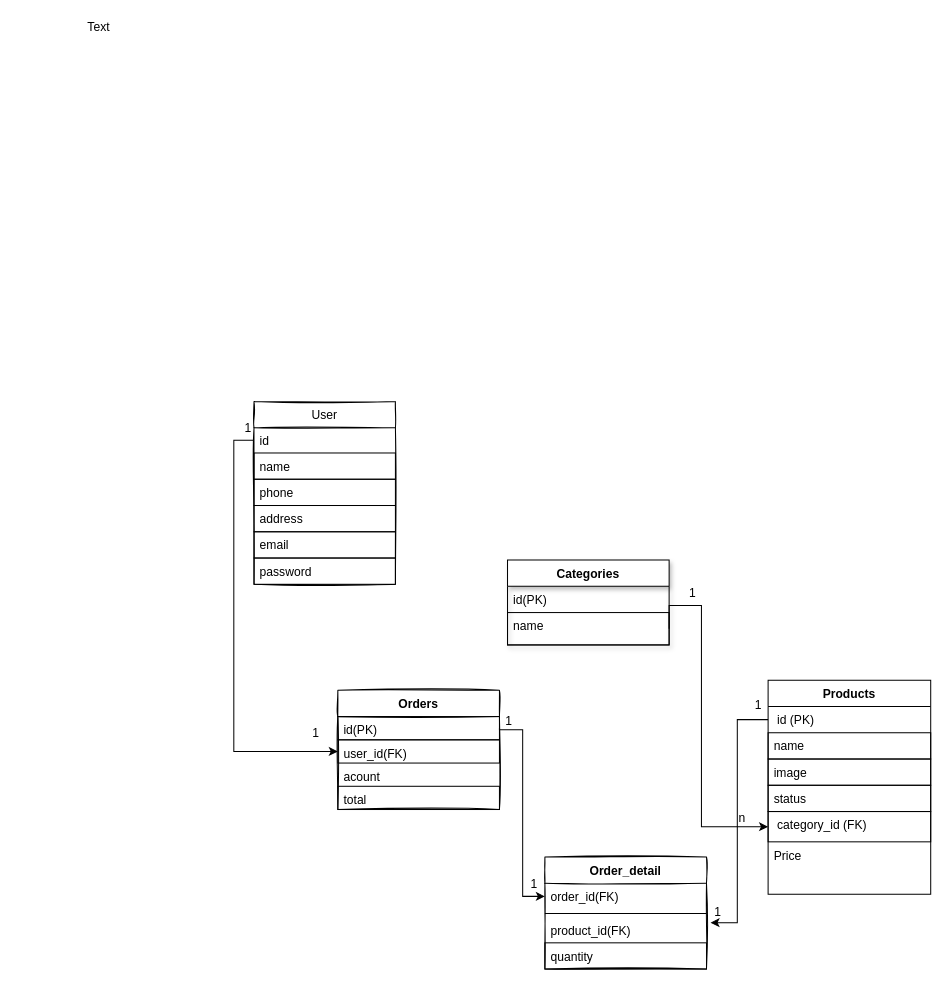
thinhcubi/duan_laravel keeps this draw.io diagram as Untitled Diagram.drawio. Above is the earlier version. Source tidied: cells renumbered, new cells numbered last; positions are measured from the earlier drawing's top-left corner, leaving out a move shared by most shapes. Both pictures are drawn from the tidied source at 101%, with x=0, y=0 at pixel (17, 17).
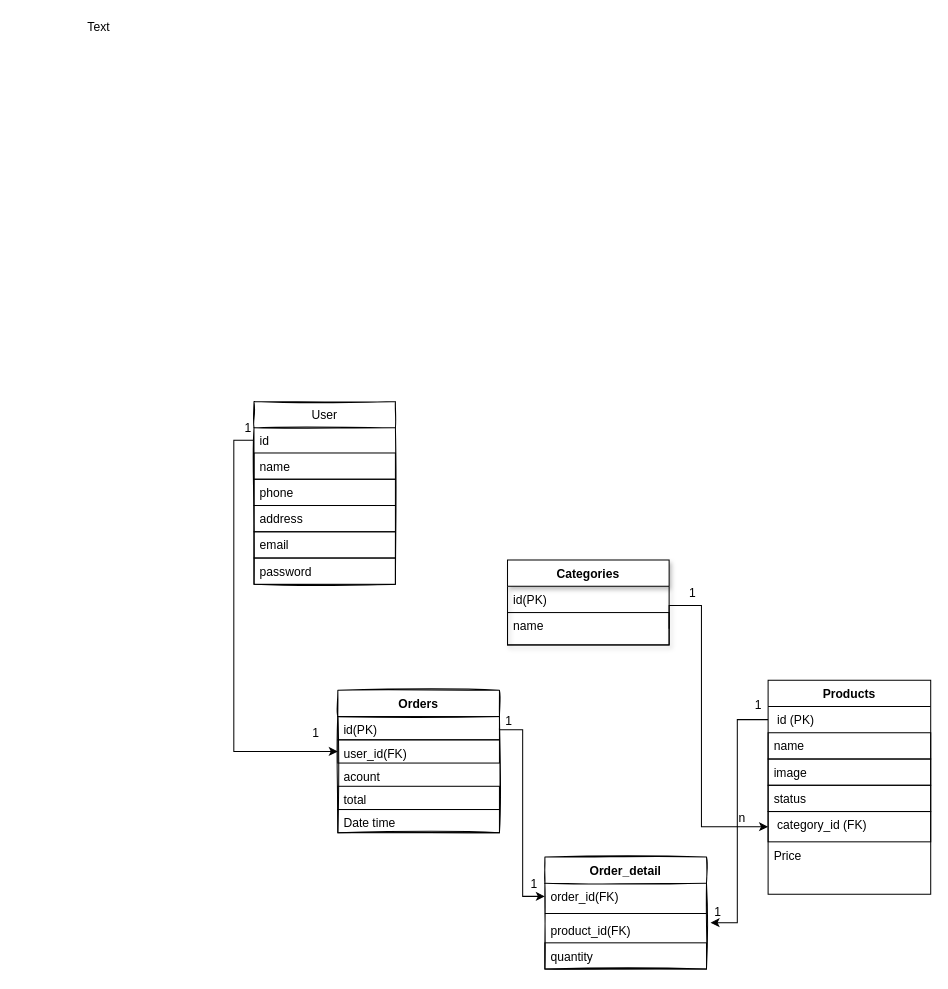
The same diagram, later.

Change to the diagram source:
```diff
@@
     <mxCell id="16" value="Orders" style="swimlane;fontStyle=1;align=center;verticalAlign=top;horizontal=1;startSize=26;rounded=0;shadow=0;glass=0;sketch=1;strokeColor=#000000;strokeWidth=1;fillColor=none;" parent="1" vertex="1">
-      <mxGeometry x="317" y="666" width="160" height="118" as="geometry" />
+      <mxGeometry x="317" y="666" width="160" height="141" as="geometry" />
     </mxCell>
@@
+    <mxCell id="42" value="total" style="text;fillColor=none;align=left;verticalAlign=top;spacingLeft=4;spacingRight=4;overflow=hidden;strokeColor=#000000;" parent="16" vertex="1">
+      <mxGeometry y="95" width="160" height="23" as="geometry" />
+    </mxCell>
-    <mxCell id="20" value="total" style="text;fillColor=none;align=left;verticalAlign=top;spacingLeft=4;spacingRight=4;overflow=hidden;strokeColor=#000000;" parent="16" vertex="1">
-      <mxGeometry y="95" width="160" height="23" as="geometry" />
+    <mxCell id="20" value="Date time" style="text;fillColor=none;align=left;verticalAlign=top;spacingLeft=4;spacingRight=4;overflow=hidden;strokeColor=#000000;" parent="16" vertex="1">
+      <mxGeometry y="118" width="160" height="23" as="geometry" />
     </mxCell>
```
